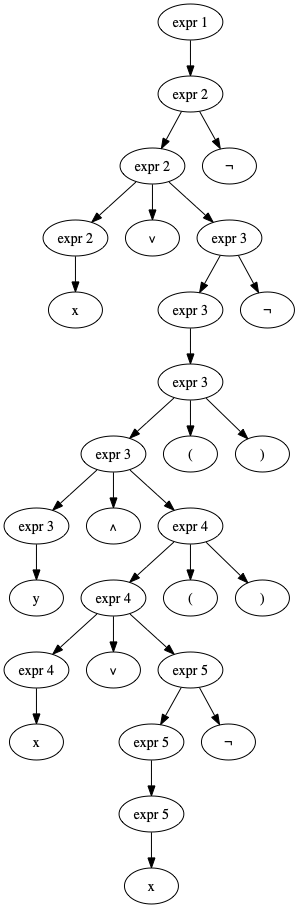
jotagarciaz/representacion-del-conocimiento keeps this Graphviz diagram as Digraph.gv.png. Above is the earlier version. Its source is kept beside it as Digraph.gv.
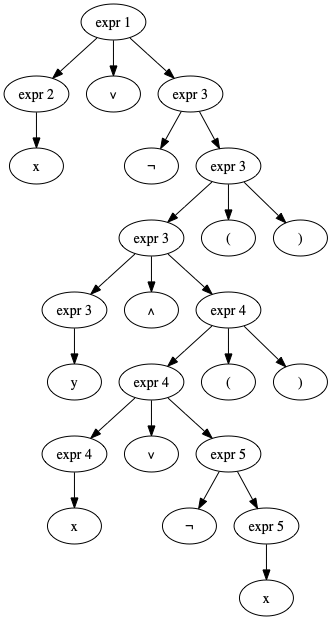
Above is the later version.

Diff of the diagram source:
```diff
@@ -1,59 +1,49 @@
 digraph {
 	"expr 1" [label="expr 1"]
-	"superior 2" [label="expr 2"]
 	"expr 2" [label="expr 2"]
-	"not 2" [label="¬"]
-	"superior 2" -> "not 2"
-	"superior 2" -> "expr 2"
-	"expr 1" -> "superior 2"
-	"expr 3" [label="expr 2"]
-	"const 3" [label=x]
-	"expr 3" -> "const 3"
-	"expr 2" -> "expr 3"
-	"op 4" [label="∨"]
-	"expr 2" -> "op 4"
+	"const 2" [label=x]
+	"expr 2" -> "const 2"
+	"expr 1" -> "expr 2"
+	"op 3" [label="∨"]
+	"expr 1" -> "op 3"
+	"expr 4" [label="expr 3"]
+	"not 4" [label="¬"]
+	"expr 4" -> "not 4"
+	"expr 1" -> "expr 4"
 	"superior 5" [label="expr 3"]
 	"expr 5" [label="expr 3"]
-	"not 5" [label="¬"]
-	"superior 5" -> "not 5"
+	"lparen 5" [label="("]
+	"superior 5" -> "lparen 5"
 	"superior 5" -> "expr 5"
-	"expr 2" -> "superior 5"
-	"superior 6" [label="expr 3"]
+	"expr 4" -> "superior 5"
 	"expr 6" [label="expr 3"]
-	"lparen 6" [label="("]
-	"superior 6" -> "lparen 6"
-	"superior 6" -> "expr 6"
-	"expr 5" -> "superior 6"
-	"expr 7" [label="expr 3"]
-	"const 7" [label=y]
-	"expr 7" -> "const 7"
-	"expr 6" -> "expr 7"
-	"op 8" [label="∧"]
-	"expr 6" -> "op 8"
-	"superior 9" [label="expr 4"]
+	"const 6" [label=y]
+	"expr 6" -> "const 6"
+	"expr 5" -> "expr 6"
+	"op 7" [label="∧"]
+	"expr 5" -> "op 7"
+	"superior 8" [label="expr 4"]
+	"expr 8" [label="expr 4"]
+	"lparen 8" [label="("]
+	"superior 8" -> "lparen 8"
+	"superior 8" -> "expr 8"
+	"expr 5" -> "superior 8"
 	"expr 9" [label="expr 4"]
-	"lparen 9" [label="("]
-	"superior 9" -> "lparen 9"
-	"superior 9" -> "expr 9"
-	"expr 6" -> "superior 9"
-	"expr 10" [label="expr 4"]
-	"const 10" [label=x]
-	"expr 10" -> "const 10"
-	"expr 9" -> "expr 10"
-	"op 11" [label="∨"]
-	"expr 9" -> "op 11"
-	"superior 12" [label="expr 5"]
+	"const 9" [label=x]
+	"expr 9" -> "const 9"
+	"expr 8" -> "expr 9"
+	"op 10" [label="∨"]
+	"expr 8" -> "op 10"
+	"expr 11" [label="expr 5"]
+	"not 11" [label="¬"]
+	"expr 11" -> "not 11"
+	"expr 8" -> "expr 11"
 	"expr 12" [label="expr 5"]
-	"not 12" [label="¬"]
-	"superior 12" -> "not 12"
-	"superior 12" -> "expr 12"
-	"expr 9" -> "superior 12"
-	"expr 13" [label="expr 5"]
-	"const 13" [label=x]
-	"expr 13" -> "const 13"
-	"expr 12" -> "expr 13"
+	"const 12" [label=x]
+	"expr 12" -> "const 12"
+	"expr 11" -> "expr 12"
+	"rparen 13" [label=")"]
+	"superior 8" -> "rparen 13"
 	"rparen 14" [label=")"]
-	"superior 9" -> "rparen 14"
-	"rparen 15" [label=")"]
-	"superior 6" -> "rparen 15"
+	"superior 5" -> "rparen 14"
 }
```
